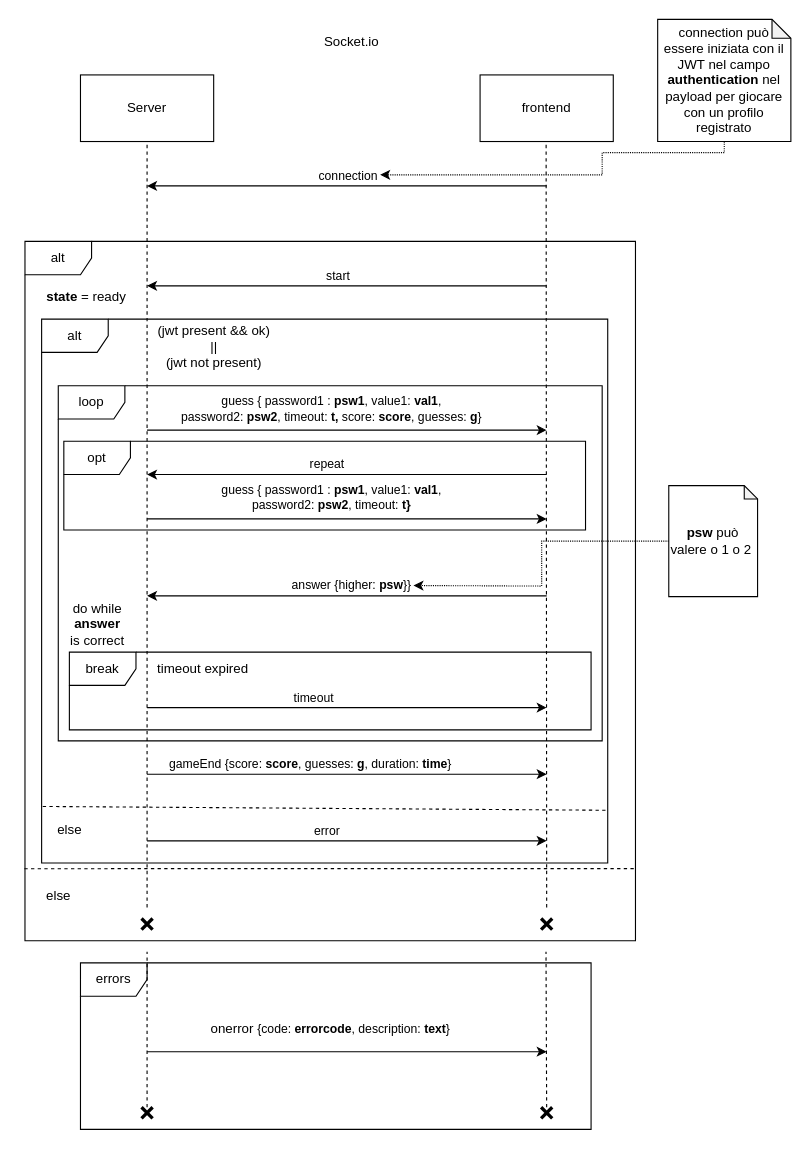
Before: docs/socket.drawio in ldeluigi/higher-lower-pwned, a draw.io diagram. Source tidied: cells renumbered, new cells numbered last; positions are measured from the earlier drawing's top-left corner, leaving out a move shared by most shapes. Both pictures are drawn from the tidied source at 111%, with x=0, y=0 at pixel (24, 19).
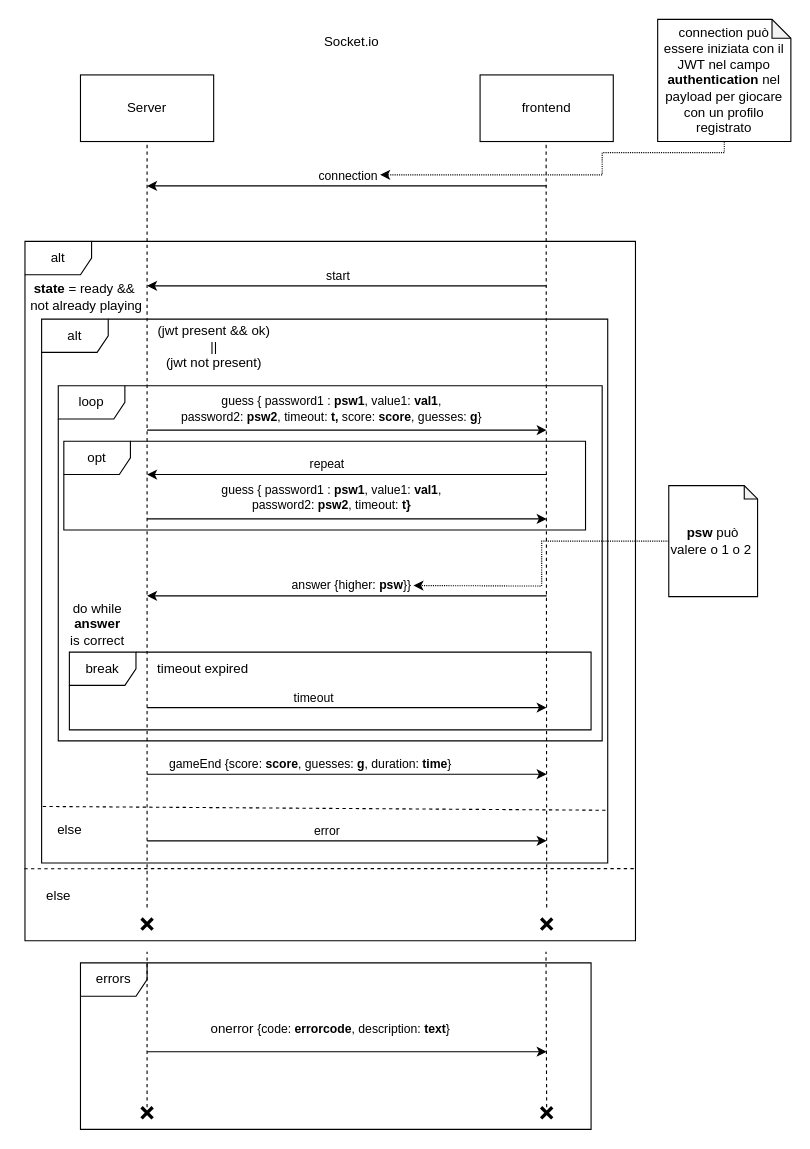
Above is the later version.

Commit message:
update doc about socket

What changed in the source:
```diff
@@
-    <mxCell id="17" value="&lt;b&gt;state&lt;/b&gt; = ready" style="text;html=1;align=center;verticalAlign=middle;" parent="1" vertex="1">
-      <mxGeometry x="10" y="240" width="90" height="20" as="geometry" />
+    <mxCell id="17" value="&lt;b&gt;state&lt;/b&gt; = ready &amp;amp;&amp;amp;&amp;nbsp;&lt;br&gt;not already playing" style="text;html=1;align=center;verticalAlign=middle;" parent="1" vertex="1">
+      <mxGeometry x="-5" y="235" width="120" height="30" as="geometry" />
     </mxCell>
```
